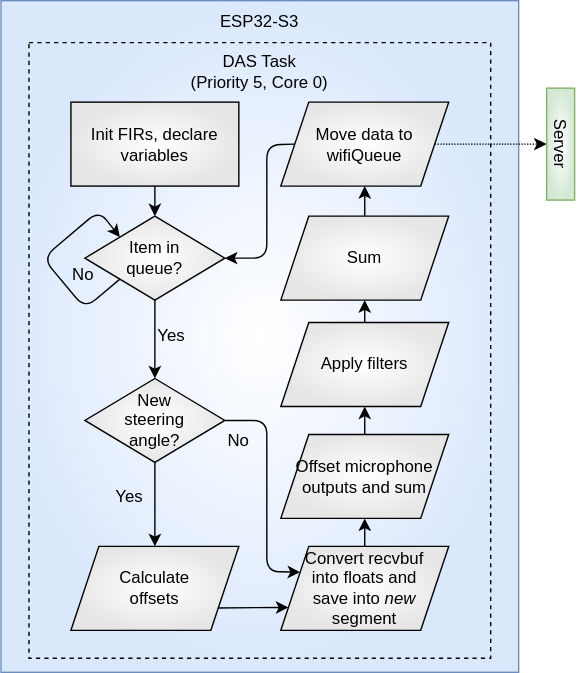
UnknownDK/ES10-Drowning keeps this draw.io diagram as Figures/delayandsumflow.drawio.svg. Above is the earlier version. Source tidied: cells renumbered, new cells last; positions are measured from the earlier drawing's top-left corner, leaving out a move shared by most shapes. Source of this version:
```xml
<mxGraphModel>
  <root>
    <mxCell id="0" />
    <mxCell id="1" parent="0" />
    <mxCell id="2" style="rounded=0;whiteSpace=wrap;html=1;strokeColor=#6C8EBF;fillColor=default;gradientColor=#DAE8FC;gradientDirection=radial;" parent="1" vertex="1">
      <mxGeometry width="370" height="480" as="geometry" />
    </mxCell>
    <mxCell id="3" style="rounded=0;whiteSpace=wrap;html=1;fillColor=none;dashed=1;" parent="1" vertex="1">
      <mxGeometry x="20" y="30" width="330" height="440" as="geometry" />
    </mxCell>
    <mxCell id="4" value="DAS Task&lt;br&gt;(Priority 5, Core 0)" style="text;html=1;strokeColor=none;fillColor=none;align=center;verticalAlign=middle;whiteSpace=wrap;rounded=0;dashed=1;" parent="1" vertex="1">
      <mxGeometry x="130" y="36" width="110" height="30" as="geometry" />
    </mxCell>
    <mxCell id="5" value="&amp;nbsp; Offset microphone outputs and sum" style="shape=parallelogram;perimeter=parallelogramPerimeter;whiteSpace=wrap;html=1;fixedSize=1;gradientColor=#E6E6E6;gradientDirection=radial;" parent="1" vertex="1">
      <mxGeometry x="200" y="310" width="120" height="60" as="geometry" />
    </mxCell>
    <mxCell id="6" value="Init FIRs, declare variables" style="rounded=0;whiteSpace=wrap;html=1;strokeColor=default;gradientColor=#E6E6E6;gradientDirection=radial;" parent="1" vertex="1">
      <mxGeometry x="50" y="72.5" width="120" height="60" as="geometry" />
    </mxCell>
    <mxCell id="7" value="&amp;nbsp; Convert recvbuf&lt;br&gt;into floats and&lt;br&gt;save into &lt;i&gt;new&lt;/i&gt;&amp;nbsp;&lt;br&gt;segment" style="shape=parallelogram;perimeter=parallelogramPerimeter;whiteSpace=wrap;html=1;fixedSize=1;gradientColor=#E6E6E6;gradientDirection=radial;" parent="1" vertex="1">
      <mxGeometry x="200" y="390" width="120" height="60" as="geometry" />
    </mxCell>
    <mxCell id="8" value="Apply filters" style="shape=parallelogram;perimeter=parallelogramPerimeter;whiteSpace=wrap;html=1;fixedSize=1;gradientColor=#E6E6E6;gradientDirection=radial;" parent="1" vertex="1">
      <mxGeometry x="200" y="230" width="120" height="60" as="geometry" />
    </mxCell>
    <mxCell id="9" value="Item in&lt;br style=&quot;border-color: var(--border-color);&quot;&gt;queue?" style="rhombus;whiteSpace=wrap;html=1;strokeColor=default;gradientColor=#E6E6E6;gradientDirection=radial;" parent="1" vertex="1">
      <mxGeometry x="60" y="154" width="100" height="60" as="geometry" />
    </mxCell>
    <mxCell id="10" value="Sum" style="shape=parallelogram;perimeter=parallelogramPerimeter;whiteSpace=wrap;html=1;fixedSize=1;gradientColor=#E6E6E6;gradientDirection=radial;" parent="1" vertex="1">
      <mxGeometry x="200" y="154" width="120" height="60" as="geometry" />
    </mxCell>
    <mxCell id="11" style="endArrow=classic;html=1;exitX=0.5;exitY=0;exitDx=0;exitDy=0;entryX=0.5;entryY=1;entryDx=0;entryDy=0;" parent="1" edge="1" source="7" target="5">
      <mxGeometry relative="1" as="geometry" />
    </mxCell>
    <mxCell id="12" style="endArrow=classic;html=1;exitX=0.5;exitY=0;exitDx=0;exitDy=0;entryX=0.5;entryY=1;entryDx=0;entryDy=0;" parent="1" edge="1" source="5" target="8">
      <mxGeometry relative="1" as="geometry" />
    </mxCell>
    <mxCell id="13" value="No" style="text;html=1;strokeColor=none;fillColor=none;align=center;verticalAlign=middle;whiteSpace=wrap;rounded=0;" parent="1" vertex="1">
      <mxGeometry x="29" y="181" width="60" height="30" as="geometry" />
    </mxCell>
    <mxCell id="14" value="ESP32-S3" style="text;html=1;strokeColor=none;fillColor=none;align=center;verticalAlign=middle;whiteSpace=wrap;rounded=0;dashed=1;" parent="1" vertex="1">
      <mxGeometry x="130" width="110" height="30" as="geometry" />
    </mxCell>
    <mxCell id="15" value="Move data to&lt;br&gt;wifiQueue&amp;nbsp;" style="shape=parallelogram;perimeter=parallelogramPerimeter;whiteSpace=wrap;html=1;fixedSize=1;gradientColor=#E6E6E6;gradientDirection=radial;" parent="1" vertex="1">
      <mxGeometry x="200" y="72.5" width="120" height="60" as="geometry" />
    </mxCell>
    <mxCell id="16" style="endArrow=classic;html=1;exitX=0.5;exitY=1;exitDx=0;exitDy=0;entryX=0.5;entryY=0;entryDx=0;entryDy=0;" parent="1" edge="1" source="9">
      <mxGeometry relative="1" as="geometry">
        <mxPoint x="110" y="270" as="targetPoint" />
      </mxGeometry>
    </mxCell>
    <mxCell id="17" style="endArrow=classic;html=1;exitX=0.5;exitY=0;exitDx=0;exitDy=0;entryX=0.5;entryY=1;entryDx=0;entryDy=0;" parent="1" edge="1" source="8" target="10">
      <mxGeometry relative="1" as="geometry" />
    </mxCell>
    <mxCell id="18" style="endArrow=classic;html=1;exitX=0.5;exitY=0;exitDx=0;exitDy=0;entryX=0.5;entryY=1;entryDx=0;entryDy=0;" parent="1" edge="1" source="10" target="15">
      <mxGeometry relative="1" as="geometry" />
    </mxCell>
    <mxCell id="19" value="&lt;span style=&quot;border-color: var(--border-color);&quot;&gt;New&lt;/span&gt;&lt;br style=&quot;border-color: var(--border-color);&quot;&gt;steering&lt;br style=&quot;border-color: var(--border-color);&quot;&gt;angle?" style="rhombus;whiteSpace=wrap;html=1;strokeColor=default;gradientColor=#E6E6E6;gradientDirection=radial;" parent="1" vertex="1">
      <mxGeometry x="60" y="270" width="100" height="60" as="geometry" />
    </mxCell>
    <mxCell id="20" style="endArrow=classic;html=1;exitX=1;exitY=0.5;exitDx=0;exitDy=0;dashed=1;dashPattern=1 1;entryX=0.5;entryY=1;entryDx=0;entryDy=0;" parent="1" edge="1" source="15" target="21">
      <mxGeometry relative="1" as="geometry" />
    </mxCell>
    <mxCell id="21" value="Server" style="rounded=0;whiteSpace=wrap;html=1;strokeColor=#82b366;fillColor=#FFFFFF;gradientDirection=radial;gradientColor=#D5E8D4;rotation=90;" parent="1" vertex="1">
      <mxGeometry x="360" y="92.5" width="80" height="20" as="geometry" />
    </mxCell>
    <mxCell id="22" style="endArrow=classic;html=1;exitX=0;exitY=0.5;exitDx=0;exitDy=0;entryX=1;entryY=0.5;entryDx=0;entryDy=0;" parent="1" edge="1" source="15" target="9">
      <mxGeometry relative="1" as="geometry">
        <Array as="points">
          <mxPoint x="190" y="103" />
          <mxPoint x="190" y="184" />
        </Array>
      </mxGeometry>
    </mxCell>
    <mxCell id="23" style="endArrow=classic;html=1;exitX=0.5;exitY=1;exitDx=0;exitDy=0;entryX=0.5;entryY=0;entryDx=0;entryDy=0;" parent="1" edge="1" source="6" target="9">
      <mxGeometry relative="1" as="geometry" />
    </mxCell>
    <mxCell id="24" value="Yes" style="text;html=1;strokeColor=none;fillColor=none;align=center;verticalAlign=middle;whiteSpace=wrap;rounded=0;" parent="1" vertex="1">
      <mxGeometry x="92" y="225" width="60" height="30" as="geometry" />
    </mxCell>
    <mxCell id="25" style="endArrow=classic;html=1;entryX=0;entryY=0.75;entryDx=0;entryDy=0;" parent="1" edge="1" target="7">
      <mxGeometry relative="1" as="geometry">
        <mxPoint x="154" y="434" as="sourcePoint" />
      </mxGeometry>
    </mxCell>
    <mxCell id="26" value="Calculate&lt;br&gt;offsets" style="shape=parallelogram;perimeter=parallelogramPerimeter;whiteSpace=wrap;html=1;fixedSize=1;gradientColor=#E6E6E6;gradientDirection=radial;" parent="1" vertex="1">
      <mxGeometry x="50" y="390" width="120" height="60" as="geometry" />
    </mxCell>
    <mxCell id="27" style="endArrow=classic;html=1;exitX=0.5;exitY=1;exitDx=0;exitDy=0;entryX=0.5;entryY=0;entryDx=0;entryDy=0;" parent="1" edge="1" source="19" target="26">
      <mxGeometry relative="1" as="geometry" />
    </mxCell>
    <mxCell id="28" style="endArrow=classic;html=1;exitX=0;exitY=1;exitDx=0;exitDy=0;entryX=0;entryY=0;entryDx=0;entryDy=0;" parent="1" edge="1" source="9" target="9">
      <mxGeometry relative="1" as="geometry">
        <Array as="points">
          <mxPoint x="60" y="220" />
          <mxPoint x="30" y="184" />
          <mxPoint x="70" y="150" />
        </Array>
      </mxGeometry>
    </mxCell>
    <mxCell id="29" value="Yes" style="text;html=1;strokeColor=none;fillColor=none;align=center;verticalAlign=middle;whiteSpace=wrap;rounded=0;" parent="1" vertex="1">
      <mxGeometry x="62" y="340" width="60" height="30" as="geometry" />
    </mxCell>
    <mxCell id="30" style="endArrow=classic;html=1;exitX=1;exitY=0.5;exitDx=0;exitDy=0;entryX=0;entryY=0.25;entryDx=0;entryDy=0;" parent="1" edge="1" source="19" target="7">
      <mxGeometry relative="1" as="geometry">
        <Array as="points">
          <mxPoint x="190" y="300" />
          <mxPoint x="190" y="408" />
        </Array>
      </mxGeometry>
    </mxCell>
    <mxCell id="31" value="No" style="text;html=1;strokeColor=none;fillColor=none;align=center;verticalAlign=middle;whiteSpace=wrap;rounded=0;" parent="1" vertex="1">
      <mxGeometry x="140" y="300" width="60" height="30" as="geometry" />
    </mxCell>
  </root>
</mxGraphModel>
```
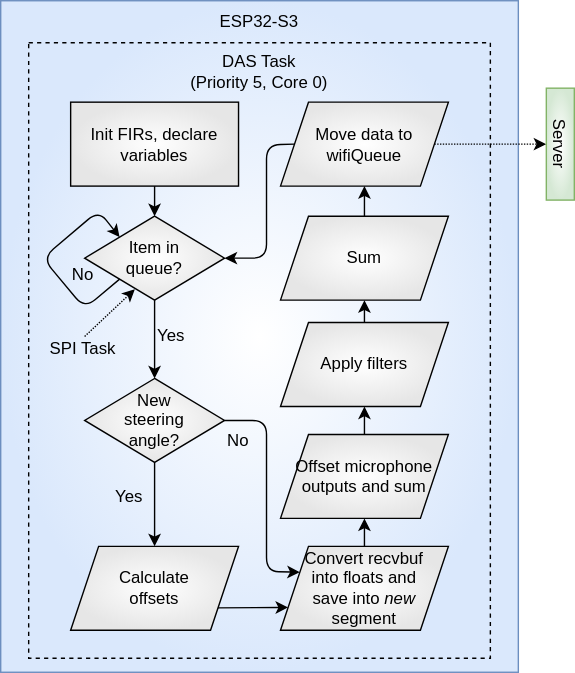
Above is the later version.

Change to the diagram source:
```diff
@@ -112,5 +112,13 @@
     <mxCell id="31" value="No" style="text;html=1;strokeColor=none;fillColor=none;align=center;verticalAlign=middle;whiteSpace=wrap;rounded=0;" parent="1" vertex="1">
       <mxGeometry x="140" y="300" width="60" height="30" as="geometry" />
     </mxCell>
+    <mxCell id="32" value="SPI Task" style="text;html=1;strokeColor=none;fillColor=none;align=center;verticalAlign=middle;whiteSpace=wrap;rounded=0;rotation=0;" parent="1" vertex="1">
+      <mxGeometry x="29" y="234" width="60" height="30" as="geometry" />
+    </mxCell>
+    <mxCell id="33" style="endArrow=classic;html=1;dashed=1;dashPattern=1 1;entryX=0.359;entryY=0.871;entryDx=0;entryDy=0;entryPerimeter=0;" parent="1" edge="1" target="9">
+      <mxGeometry relative="1" as="geometry">
+        <mxPoint x="60" y="240" as="sourcePoint" />
+      </mxGeometry>
+    </mxCell>
   </root>
 </mxGraphModel>
```
